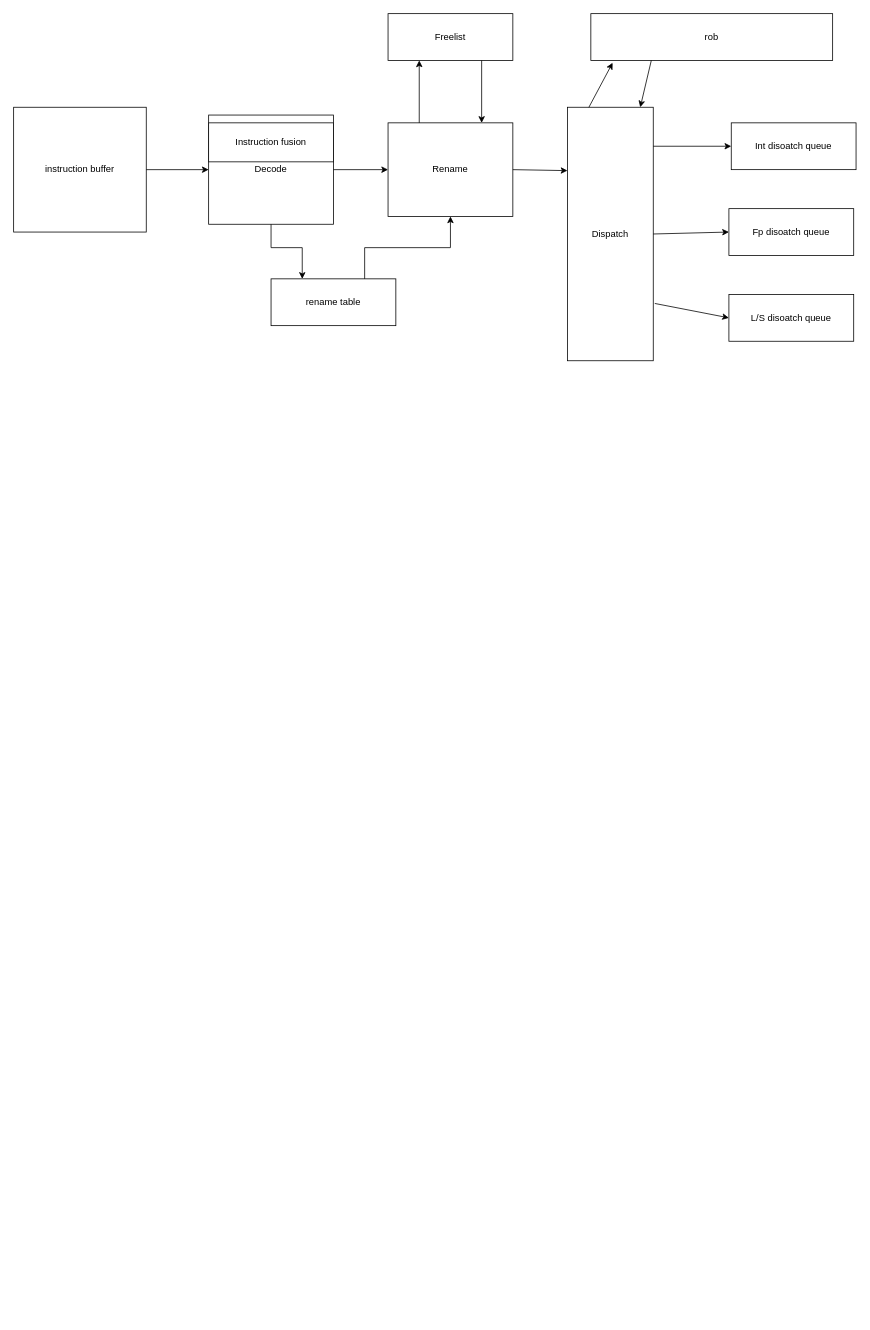
Earlier version of the draw.io diagram ctrlblock.drawio (Ziyue-Zhang/draw_picture). Source tidied: cells renumbered, new cells numbered last; positions are measured from the earlier drawing's top-left corner, leaving out a move shared by most shapes. Both pictures are drawn from the tidied source at 78%, with x=0, y=0 at pixel (13, 13).
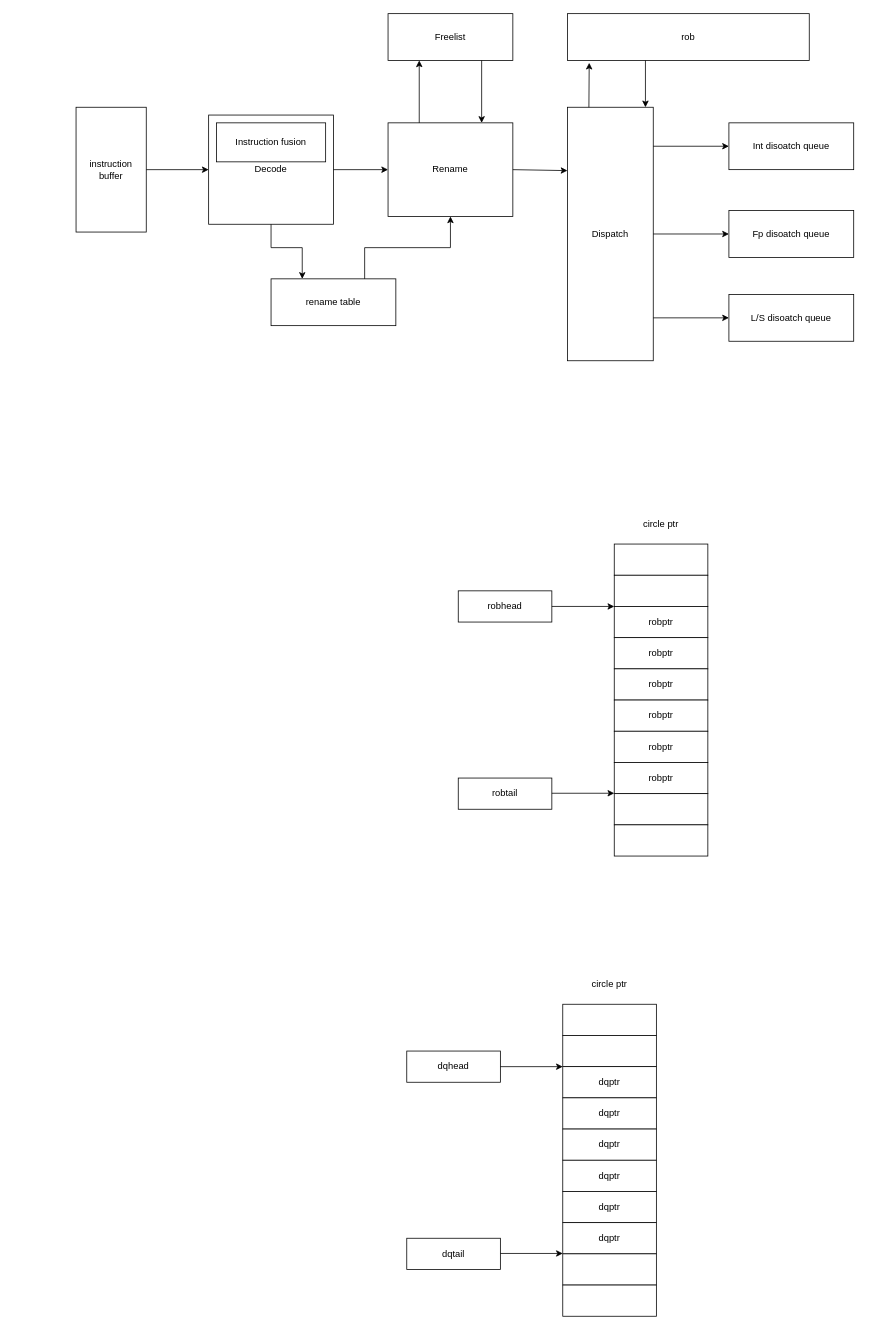
Above is the later version.

Unchanged cells that the change refers to:
```xml
<mxCell id="3" value="Dispatch" style="rounded=0;whiteSpace=wrap;html=1;" parent="1" vertex="1">
  <mxGeometry x="710" y="120" width="110" height="325" as="geometry" />
</mxCell>
<mxCell id="12" value="L/S disoatch queue" style="rounded=0;whiteSpace=wrap;html=1;" parent="1" vertex="1">
  <mxGeometry x="917" y="360" width="160" height="60" as="geometry" />
</mxCell>
```

Diff of the diagram source:
```diff
@@
     <mxCell id="4" value="Instruction fusion" style="rounded=0;whiteSpace=wrap;html=1;" parent="1" vertex="1">
-      <mxGeometry x="250" y="140" width="160" height="50" as="geometry" />
+      <mxGeometry x="260" y="140" width="140" height="50" as="geometry" />
     </mxCell>
@@
     <mxCell id="8" value="rob" style="rounded=0;whiteSpace=wrap;html=1;" parent="1" vertex="1">
-      <mxGeometry x="740" width="310" height="60" as="geometry" />
+      <mxGeometry x="710" width="310" height="60" as="geometry" />
     </mxCell>
     <mxCell id="9" value="instruction buffer" style="rounded=0;whiteSpace=wrap;html=1;" parent="1" vertex="1">
-      <mxGeometry y="120" width="170" height="160" as="geometry" />
+      <mxGeometry x="80" y="120" width="90" height="160" as="geometry" />
     </mxCell>
     <mxCell id="10" value="Int disoatch queue" style="rounded=0;whiteSpace=wrap;html=1;" parent="1" vertex="1">
-      <mxGeometry x="920" y="140" width="160" height="60" as="geometry" />
+      <mxGeometry x="917" y="140" width="160" height="60" as="geometry" />
     </mxCell>
     <mxCell id="11" value="Fp disoatch queue" style="rounded=0;whiteSpace=wrap;html=1;" parent="1" vertex="1">
-      <mxGeometry x="917" y="250" width="160" height="60" as="geometry" />
+      <mxGeometry x="917" y="252.5" width="160" height="60" as="geometry" />
     </mxCell>
@@
-    <mxCell id="20" style="endArrow=classic;html=1;rounded=0;exitX=1.018;exitY=0.774;exitDx=0;exitDy=0;entryX=0;entryY=0.5;entryDx=0;entryDy=0;exitPerimeter=0;" parent="1" edge="1" source="3" target="12">
-      <mxGeometry relative="1" as="geometry" />
+    <mxCell id="20" style="endArrow=classic;html=1;rounded=0;entryX=0;entryY=0.5;entryDx=0;entryDy=0;" parent="1" edge="1" target="12">
+      <mxGeometry relative="1" as="geometry">
+        <mxPoint x="820" y="390" as="sourcePoint" />
+      </mxGeometry>
     </mxCell>
-    <mxCell id="21" style="endArrow=classic;html=1;rounded=0;exitX=0.25;exitY=1;exitDx=0;exitDy=0;" parent="1" edge="1" source="8" target="3">
-      <mxGeometry relative="1" as="geometry" />
+    <mxCell id="21" style="endArrow=classic;html=1;rounded=0;" parent="1" edge="1">
+      <mxGeometry relative="1" as="geometry">
+        <mxPoint x="810" y="60" as="sourcePoint" />
+        <mxPoint x="810" y="120" as="targetPoint" />
+      </mxGeometry>
     </mxCell>
@@
+    <mxCell id="25" style="rounded=0;whiteSpace=wrap;html=1;" parent="1" vertex="1">
+      <mxGeometry x="770" y="680" width="120" height="40" as="geometry" />
+    </mxCell>
+    <mxCell id="26" style="rounded=0;whiteSpace=wrap;html=1;" parent="1" vertex="1">
+      <mxGeometry x="770" y="720" width="120" height="40" as="geometry" />
+    </mxCell>
+    <mxCell id="27" value="robptr" style="rounded=0;whiteSpace=wrap;html=1;" parent="1" vertex="1">
+      <mxGeometry x="770" y="760" width="120" height="40" as="geometry" />
+    </mxCell>
+    <mxCell id="28" value="robptr" style="rounded=0;whiteSpace=wrap;html=1;" parent="1" vertex="1">
+      <mxGeometry x="770" y="800" width="120" height="40" as="geometry" />
+    </mxCell>
+    <mxCell id="29" value="robptr" style="rounded=0;whiteSpace=wrap;html=1;" parent="1" vertex="1">
+      <mxGeometry x="770" y="840" width="120" height="40" as="geometry" />
+    </mxCell>
+    <mxCell id="30" value="robptr" style="rounded=0;whiteSpace=wrap;html=1;" parent="1" vertex="1">
+      <mxGeometry x="770" y="880" width="120" height="40" as="geometry" />
+    </mxCell>
+    <mxCell id="31" value="robptr" style="rounded=0;whiteSpace=wrap;html=1;" parent="1" vertex="1">
+      <mxGeometry x="770" y="920" width="120" height="40" as="geometry" />
+    </mxCell>
+    <mxCell id="32" value="robptr" style="rounded=0;whiteSpace=wrap;html=1;" parent="1" vertex="1">
+      <mxGeometry x="770" y="960" width="120" height="40" as="geometry" />
+    </mxCell>
+    <mxCell id="33" style="rounded=0;whiteSpace=wrap;html=1;" parent="1" vertex="1">
+      <mxGeometry x="770" y="1000" width="120" height="40" as="geometry" />
+    </mxCell>
+    <mxCell id="34" style="rounded=0;whiteSpace=wrap;html=1;" parent="1" vertex="1">
+      <mxGeometry x="770" y="1040" width="120" height="40" as="geometry" />
+    </mxCell>
+    <mxCell id="35" value="circle ptr" style="text;html=1;strokeColor=none;fillColor=none;align=center;verticalAlign=middle;whiteSpace=wrap;rounded=0;" parent="1" vertex="1">
+      <mxGeometry x="795" y="640" width="70" height="30" as="geometry" />
+    </mxCell>
+    <mxCell id="36" value="robhead" style="rounded=0;whiteSpace=wrap;html=1;" parent="1" vertex="1">
+      <mxGeometry x="570" y="740" width="120" height="40" as="geometry" />
+    </mxCell>
+    <mxCell id="37" value="robtail" style="rounded=0;whiteSpace=wrap;html=1;" parent="1" vertex="1">
+      <mxGeometry x="570" y="980" width="120" height="40" as="geometry" />
+    </mxCell>
+    <mxCell id="38" style="endArrow=classic;html=1;rounded=0;exitX=1;exitY=0.5;exitDx=0;exitDy=0;entryX=0;entryY=0;entryDx=0;entryDy=0;" parent="1" edge="1" source="36" target="27">
+      <mxGeometry relative="1" as="geometry" />
+    </mxCell>
+    <mxCell id="39" style="endArrow=classic;html=1;rounded=0;exitX=1;exitY=0.5;exitDx=0;exitDy=0;entryX=0;entryY=0;entryDx=0;entryDy=0;" parent="1" edge="1">
+      <mxGeometry relative="1" as="geometry">
+        <mxPoint x="690" y="999.5" as="sourcePoint" />
+        <mxPoint x="770" y="999.5" as="targetPoint" />
+      </mxGeometry>
+    </mxCell>
+    <mxCell id="40" style="rounded=0;whiteSpace=wrap;html=1;" parent="1" vertex="1">
+      <mxGeometry x="704" y="1270" width="120" height="40" as="geometry" />
+    </mxCell>
+    <mxCell id="41" style="rounded=0;whiteSpace=wrap;html=1;" parent="1" vertex="1">
+      <mxGeometry x="704" y="1310" width="120" height="40" as="geometry" />
+    </mxCell>
+    <mxCell id="42" value="dqptr" style="rounded=0;whiteSpace=wrap;html=1;" parent="1" vertex="1">
+      <mxGeometry x="704" y="1350" width="120" height="40" as="geometry" />
+    </mxCell>
+    <mxCell id="43" value="dqptr" style="rounded=0;whiteSpace=wrap;html=1;" parent="1" vertex="1">
+      <mxGeometry x="704" y="1390" width="120" height="40" as="geometry" />
+    </mxCell>
+    <mxCell id="44" value="dqptr" style="rounded=0;whiteSpace=wrap;html=1;" parent="1" vertex="1">
+      <mxGeometry x="704" y="1430" width="120" height="40" as="geometry" />
+    </mxCell>
+    <mxCell id="45" value="dqptr" style="rounded=0;whiteSpace=wrap;html=1;" parent="1" vertex="1">
+      <mxGeometry x="704" y="1470" width="120" height="40" as="geometry" />
+    </mxCell>
+    <mxCell id="46" value="dqptr" style="rounded=0;whiteSpace=wrap;html=1;" parent="1" vertex="1">
+      <mxGeometry x="704" y="1510" width="120" height="40" as="geometry" />
+    </mxCell>
+    <mxCell id="47" value="dqptr" style="rounded=0;whiteSpace=wrap;html=1;" parent="1" vertex="1">
+      <mxGeometry x="704" y="1550" width="120" height="40" as="geometry" />
+    </mxCell>
+    <mxCell id="48" style="rounded=0;whiteSpace=wrap;html=1;" parent="1" vertex="1">
+      <mxGeometry x="704" y="1590" width="120" height="40" as="geometry" />
+    </mxCell>
+    <mxCell id="49" style="rounded=0;whiteSpace=wrap;html=1;" parent="1" vertex="1">
+      <mxGeometry x="704" y="1630" width="120" height="40" as="geometry" />
+    </mxCell>
+    <mxCell id="50" value="circle ptr" style="text;html=1;strokeColor=none;fillColor=none;align=center;verticalAlign=middle;whiteSpace=wrap;rounded=0;" parent="1" vertex="1">
+      <mxGeometry x="729" y="1230" width="70" height="30" as="geometry" />
+    </mxCell>
+    <mxCell id="51" value="dqhead" style="rounded=0;whiteSpace=wrap;html=1;" parent="1" vertex="1">
+      <mxGeometry x="504" y="1330" width="120" height="40" as="geometry" />
+    </mxCell>
+    <mxCell id="52" value="dqtail" style="rounded=0;whiteSpace=wrap;html=1;" parent="1" vertex="1">
+      <mxGeometry x="504" y="1570" width="120" height="40" as="geometry" />
+    </mxCell>
+    <mxCell id="53" style="endArrow=classic;html=1;rounded=0;exitX=1;exitY=0.5;exitDx=0;exitDy=0;entryX=0;entryY=0;entryDx=0;entryDy=0;" parent="1" edge="1" source="51" target="42">
+      <mxGeometry relative="1" as="geometry" />
+    </mxCell>
+    <mxCell id="54" style="endArrow=classic;html=1;rounded=0;exitX=1;exitY=0.5;exitDx=0;exitDy=0;entryX=0;entryY=0;entryDx=0;entryDy=0;" parent="1" edge="1">
+      <mxGeometry relative="1" as="geometry">
+        <mxPoint x="624" y="1589.5" as="sourcePoint" />
+        <mxPoint x="704" y="1589.5" as="targetPoint" />
+      </mxGeometry>
+    </mxCell>
```
